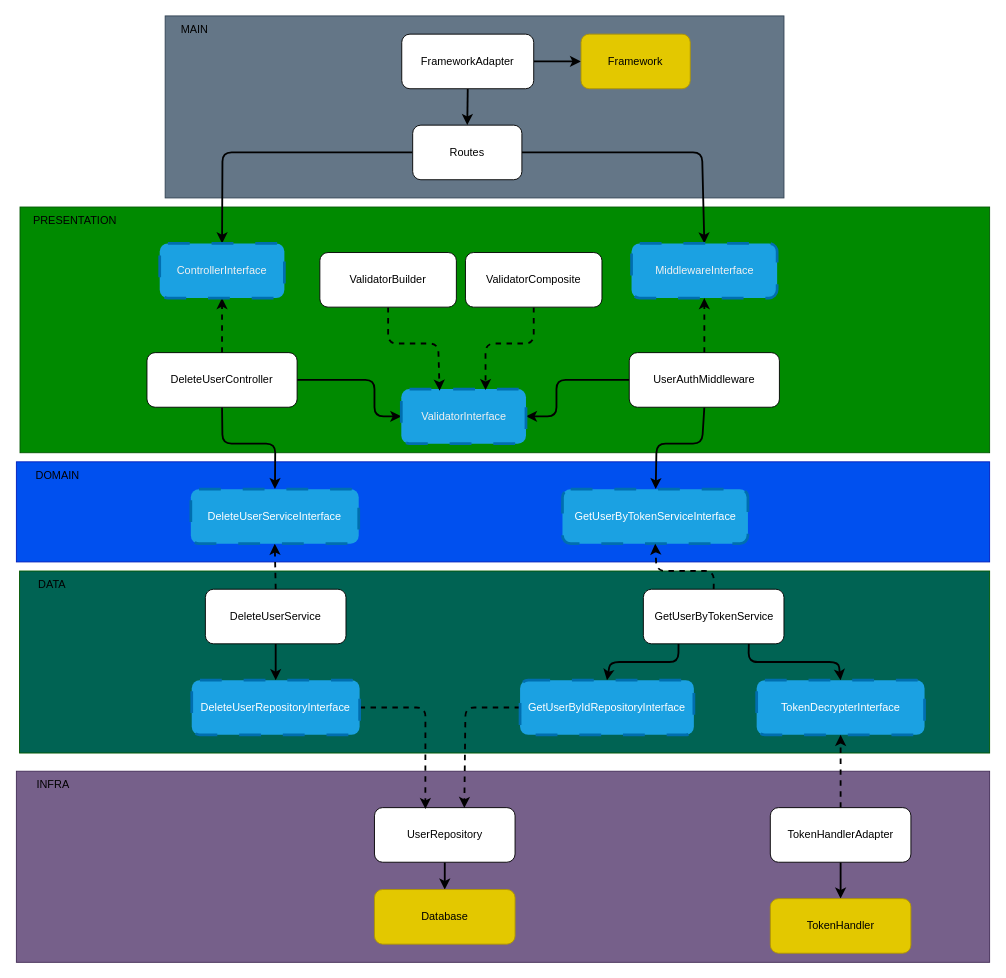
Before: diagrams/delete-user.drawio in DouglasVolcato/node-tdd-clean-architecture, a draw.io diagram. Source tidied: cells renumbered, new cells numbered last; positions are measured from the earlier drawing's top-left corner, leaving out a move shared by most shapes. Both pictures are drawn from the tidied source at 91%, with x=0, y=0 at pixel (15, 15).
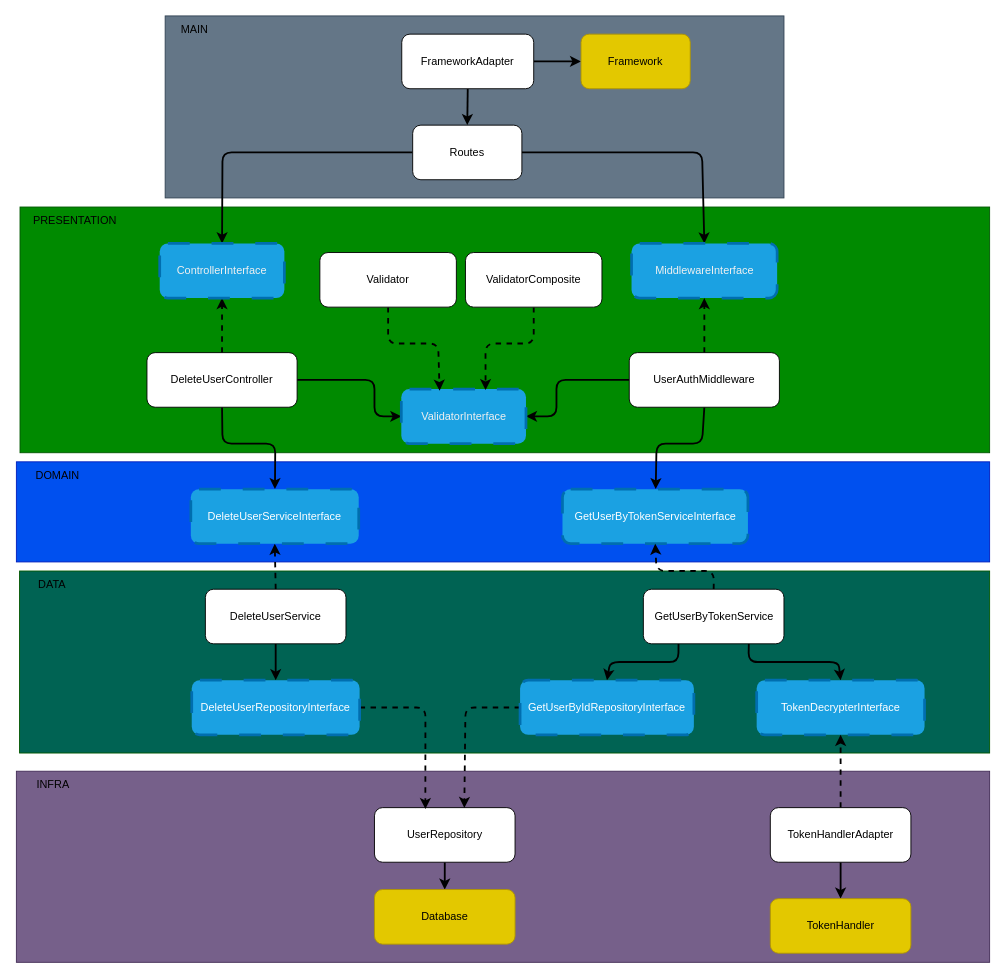
Above is the later version.

What changed in the source:
```diff
@@
-    <mxCell id="53" value="ValidatorBuilder" style="rounded=1;whiteSpace=wrap;html=1;" parent="1" vertex="1">
+    <mxCell id="53" value="Validator" style="rounded=1;whiteSpace=wrap;html=1;" parent="1" vertex="1">
       <mxGeometry x="334" y="260" width="150" height="60" as="geometry" />
     </mxCell>
```
